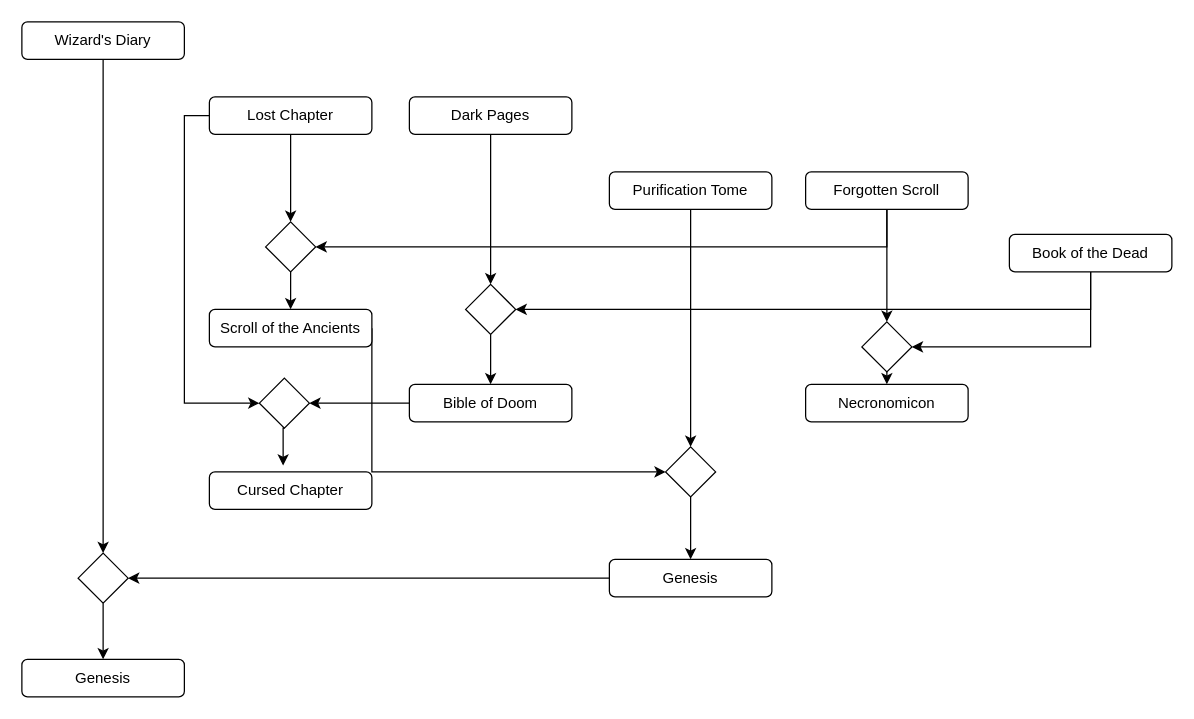
Above: page "Grimoires" (7 of 13) of Documentation/Weapons_Diagram.drawio in MaximeJoly96/LC_Unity (draw.io), before the change. Source tidied: cells renumbered, new cells numbered last; positions are measured from the earlier drawing's top-left corner, leaving out a move shared by most shapes. Both pictures are drawn from the tidied source at 125%, with x=0, y=0 at pixel (21, 21).
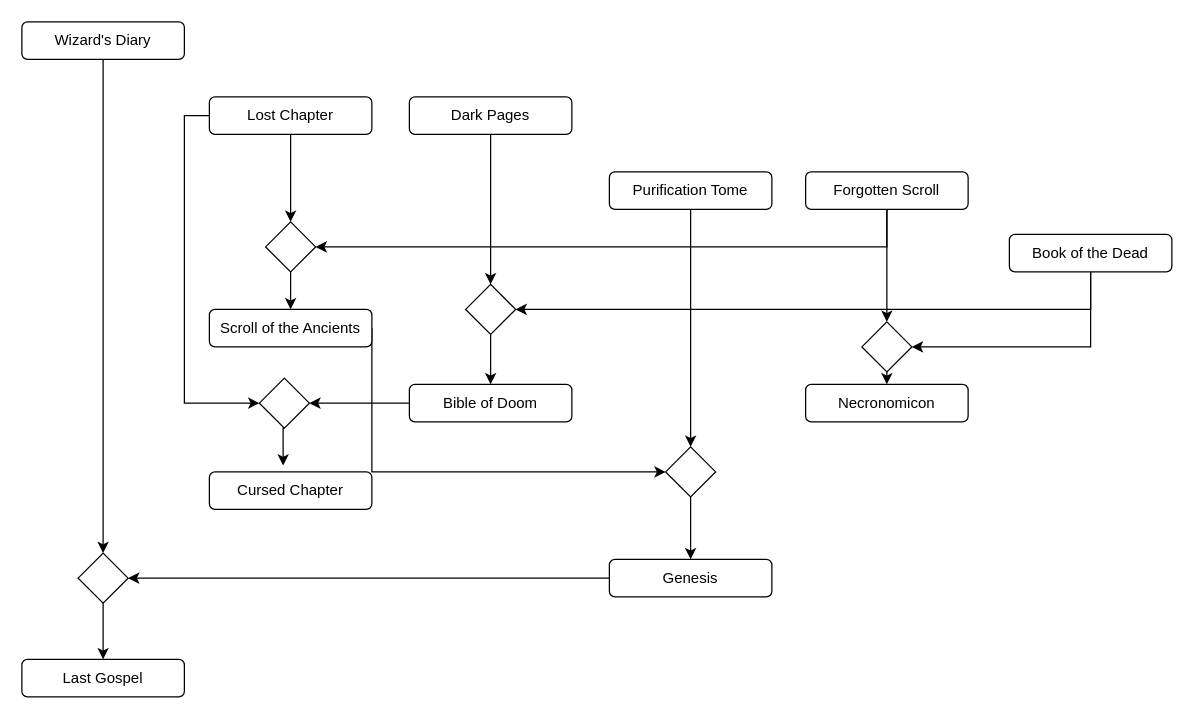
The same page after the edit.

Commit message (it also covers changes not shown here):
Ajout des informations sur les armes

Change to the diagram source:
```diff
@@
-    <mxCell id="35" value="Genesis" style="rounded=1;whiteSpace=wrap;html=1;" parent="1" vertex="1">
+    <mxCell id="35" value="Last Gospel" style="rounded=1;whiteSpace=wrap;html=1;" parent="1" vertex="1">
       <mxGeometry y="510" width="130" height="30" as="geometry" />
     </mxCell>
```
